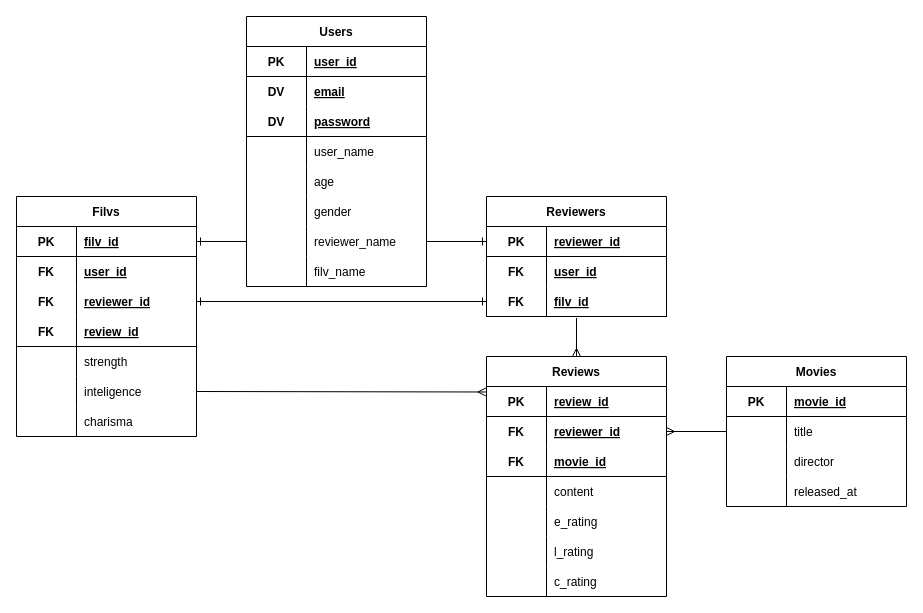
The draw.io diagram er.dio in prototypefilverse/protofilv, before the edit. Source tidied: cells renumbered, new cells numbered last; positions are measured from the earlier drawing's top-left corner, leaving out a move shared by most shapes. Both pictures are drawn from the tidied source at 100%, with x=0, y=0 at pixel (16, 16).
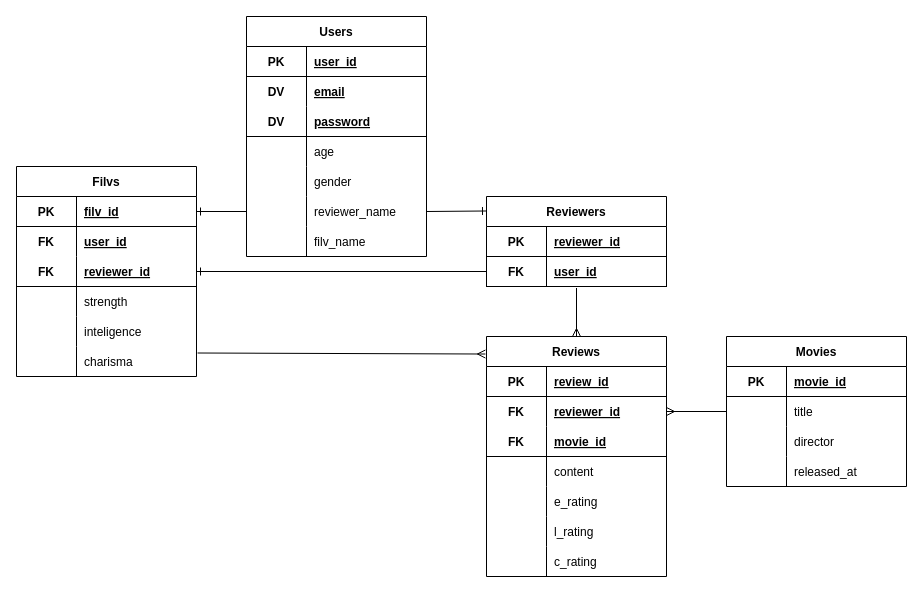
The same page after the edit.

Unchanged cells that the change refers to:
```xml
<mxCell id="28" style="shape=tableRow;horizontal=0;startSize=0;swimlaneHead=0;swimlaneBody=0;fillColor=none;points=[[0,0.5],[1,0.5]];portConstraint=eastwest;top=0;left=0;right=0;bottom=1;" parent="27" vertex="1">
  <mxGeometry y="30" width="180" height="30" as="geometry" />
</mxCell>
<mxCell id="61" style="shape=tableRow;horizontal=0;startSize=0;swimlaneHead=0;swimlaneBody=0;fillColor=none;points=[[0,0.5],[1,0.5]];portConstraint=eastwest;top=0;left=0;right=0;bottom=1;" parent="60" vertex="1">
  <mxGeometry y="30" width="180" height="30" as="geometry" />
</mxCell>
```

Diff of the diagram source:
```diff
@@
     <mxCell id="2" value="Users" style="shape=table;startSize=30;childLayout=tableLayout;rowLines=0;fontStyle=1;align=center;" parent="1" vertex="1">
-      <mxGeometry x="230" width="180" height="270" as="geometry" />
+      <mxGeometry x="230" width="180" height="240" as="geometry" />
     </mxCell>
@@
-    <mxCell id="12" style="shape=tableRow;horizontal=0;startSize=0;swimlaneHead=0;swimlaneBody=0;fillColor=none;top=0;left=0;right=0;bottom=0;" parent="2" vertex="1">
-      <mxGeometry y="120" width="180" height="30" as="geometry" />
-    </mxCell>
-    <mxCell id="13" style="shape=partialRectangle;fillColor=none;top=0;left=0;bottom=0;right=0;overflow=hidden;" parent="12" vertex="1">
-      <mxGeometry width="60" height="30" as="geometry" />
-    </mxCell>
-    <mxCell id="14" value="user_name" style="shape=partialRectangle;fillColor=none;top=0;left=0;bottom=0;right=0;align=left;spacingLeft=6;overflow=hidden;" parent="12" vertex="1">
-      <mxGeometry x="60" width="120" height="30" as="geometry" />
-    </mxCell>
     <mxCell id="15" style="shape=tableRow;horizontal=0;startSize=0;swimlaneHead=0;swimlaneBody=0;fillColor=none;top=0;left=0;right=0;bottom=0;" parent="2" vertex="1">
-      <mxGeometry y="150" width="180" height="30" as="geometry" />
+      <mxGeometry y="120" width="180" height="30" as="geometry" />
     </mxCell>
@@
     <mxCell id="18" style="shape=tableRow;horizontal=0;startSize=0;swimlaneHead=0;swimlaneBody=0;fillColor=none;top=0;left=0;right=0;bottom=0;" parent="2" vertex="1">
-      <mxGeometry y="180" width="180" height="30" as="geometry" />
+      <mxGeometry y="150" width="180" height="30" as="geometry" />
     </mxCell>
@@
     <mxCell id="21" style="shape=tableRow;horizontal=0;startSize=0;swimlaneHead=0;swimlaneBody=0;fillColor=none;points=[[0,0.5],[1,0.5]];portConstraint=eastwest;top=0;left=0;right=0;bottom=0;" parent="2" vertex="1">
-      <mxGeometry y="210" width="180" height="30" as="geometry" />
+      <mxGeometry y="180" width="180" height="30" as="geometry" />
     </mxCell>
@@
     <mxCell id="24" style="shape=tableRow;horizontal=0;startSize=0;swimlaneHead=0;swimlaneBody=0;fillColor=none;top=0;left=0;right=0;bottom=0;" parent="2" vertex="1">
-      <mxGeometry y="240" width="180" height="30" as="geometry" />
+      <mxGeometry y="210" width="180" height="30" as="geometry" />
     </mxCell>
@@
     <mxCell id="27" value="Reviewers" style="shape=table;startSize=30;childLayout=tableLayout;rowLines=0;fontStyle=1;align=center;" parent="1" vertex="1">
-      <mxGeometry x="470" y="180" width="180" height="120" as="geometry" />
+      <mxGeometry x="470" y="180" width="180" height="90" as="geometry" />
     </mxCell>
@@
-    <mxCell id="31" style="shape=tableRow;horizontal=0;startSize=0;swimlaneHead=0;swimlaneBody=0;fillColor=none;top=0;left=0;right=0;bottom=0;" parent="27" vertex="1">
-      <mxGeometry y="60" width="180" height="30" as="geometry" />
-    </mxCell>
-    <mxCell id="32" value="FK" style="shape=partialRectangle;fillColor=none;top=0;left=0;bottom=0;right=0;fontStyle=1;overflow=hidden;" parent="31" vertex="1">
-      <mxGeometry width="60" height="30" as="geometry" />
-    </mxCell>
-    <mxCell id="33" value="user_id" style="shape=partialRectangle;fillColor=none;top=0;left=0;bottom=0;right=0;align=left;spacingLeft=6;fontStyle=5;overflow=hidden;" parent="31" vertex="1">
-      <mxGeometry x="60" width="120" height="30" as="geometry" />
-    </mxCell>
     <mxCell id="34" style="shape=tableRow;horizontal=0;startSize=0;swimlaneHead=0;swimlaneBody=0;fillColor=none;points=[[0,0.5],[1,0.5]];portConstraint=eastwest;top=0;left=0;right=0;bottom=1;" parent="27" vertex="1">
-      <mxGeometry y="90" width="180" height="30" as="geometry" />
+      <mxGeometry y="60" width="180" height="30" as="geometry" />
     </mxCell>
@@
-    <mxCell id="36" value="filv_id" style="shape=partialRectangle;fillColor=none;top=0;left=0;bottom=0;right=0;align=left;spacingLeft=6;fontStyle=5;overflow=hidden;" parent="34" vertex="1">
+    <mxCell id="36" value="user_id" style="shape=partialRectangle;fillColor=none;top=0;left=0;bottom=0;right=0;align=left;spacingLeft=6;fontStyle=5;overflow=hidden;" parent="34" vertex="1">
       <mxGeometry x="60" width="120" height="30" as="geometry" />
     </mxCell>
     <mxCell id="37" value="Filvs" style="shape=table;startSize=30;childLayout=tableLayout;rowLines=0;fontStyle=1;align=center;" parent="1" vertex="1">
-      <mxGeometry y="180" width="180" height="240" as="geometry" />
+      <mxGeometry y="150" width="180" height="210" as="geometry" />
     </mxCell>
@@
-    <mxCell id="44" style="shape=tableRow;horizontal=0;startSize=0;swimlaneHead=0;swimlaneBody=0;fillColor=none;points=[[0,0.5],[1,0.5]];portConstraint=eastwest;top=0;left=0;right=0;bottom=0;" parent="37" vertex="1">
-      <mxGeometry y="90" width="180" height="30" as="geometry" />
-    </mxCell>
-    <mxCell id="45" value="FK" style="shape=partialRectangle;fillColor=none;top=0;left=0;bottom=0;right=0;fontStyle=1;overflow=hidden;" parent="44" vertex="1">
-      <mxGeometry width="60" height="30" as="geometry" />
-    </mxCell>
-    <mxCell id="46" value="reviewer_id" style="shape=partialRectangle;fillColor=none;top=0;left=0;bottom=0;right=0;align=left;spacingLeft=6;fontStyle=5;overflow=hidden;" parent="44" vertex="1">
-      <mxGeometry x="60" width="120" height="30" as="geometry" />
-    </mxCell>
     <mxCell id="47" style="shape=tableRow;horizontal=0;startSize=0;swimlaneHead=0;swimlaneBody=0;fillColor=none;points=[[0,0.5],[1,0.5]];portConstraint=eastwest;top=0;left=0;right=0;bottom=1;" parent="37" vertex="1">
-      <mxGeometry y="120" width="180" height="30" as="geometry" />
+      <mxGeometry y="90" width="180" height="30" as="geometry" />
     </mxCell>
@@
-    <mxCell id="49" value="review_id" style="shape=partialRectangle;fillColor=none;top=0;left=0;bottom=0;right=0;align=left;spacingLeft=6;fontStyle=5;overflow=hidden;" parent="47" vertex="1">
+    <mxCell id="49" value="reviewer_id" style="shape=partialRectangle;fillColor=none;top=0;left=0;bottom=0;right=0;align=left;spacingLeft=6;fontStyle=5;overflow=hidden;" parent="47" vertex="1">
       <mxGeometry x="60" width="120" height="30" as="geometry" />
     </mxCell>
     <mxCell id="50" style="shape=tableRow;horizontal=0;startSize=0;swimlaneHead=0;swimlaneBody=0;fillColor=none;top=0;left=0;right=0;bottom=0;" parent="37" vertex="1">
-      <mxGeometry y="150" width="180" height="30" as="geometry" />
+      <mxGeometry y="120" width="180" height="30" as="geometry" />
     </mxCell>
@@
     <mxCell id="53" style="shape=tableRow;horizontal=0;startSize=0;swimlaneHead=0;swimlaneBody=0;fillColor=none;points=[[0,0.5],[1,0.5]];portConstraint=eastwest;top=0;left=0;right=0;bottom=0;" parent="37" vertex="1">
-      <mxGeometry y="180" width="180" height="30" as="geometry" />
+      <mxGeometry y="150" width="180" height="30" as="geometry" />
     </mxCell>
@@
     <mxCell id="56" style="shape=tableRow;horizontal=0;startSize=0;swimlaneHead=0;swimlaneBody=0;fillColor=none;points=[[0,0.5],[1,0.5]];portConstraint=eastwest;top=0;left=0;right=0;bottom=0;" parent="37" vertex="1">
-      <mxGeometry y="210" width="180" height="30" as="geometry" />
+      <mxGeometry y="180" width="180" height="30" as="geometry" />
     </mxCell>
@@
     <mxCell id="60" value="Reviews" style="shape=table;startSize=30;childLayout=tableLayout;rowLines=0;fontStyle=1;align=center;" parent="1" vertex="1">
-      <mxGeometry x="470" y="340" width="180" height="240" as="geometry" />
+      <mxGeometry x="470" y="320" width="180" height="240" as="geometry" />
     </mxCell>
@@
     <mxCell id="82" value="Movies" style="shape=table;startSize=30;childLayout=tableLayout;rowLines=0;fontStyle=1;align=center;" parent="1" vertex="1">
-      <mxGeometry x="710" y="340" width="180" height="150" as="geometry" />
+      <mxGeometry x="710" y="320" width="180" height="150" as="geometry" />
     </mxCell>
@@
-    <mxCell id="96" style="edgeStyle=none;html=1;exitX=1;exitY=0.5;exitDx=0;exitDy=0;entryX=-0.003;entryY=0.183;entryDx=0;entryDy=0;entryPerimeter=0;startArrow=none;startFill=0;endArrow=ERmany;endFill=0;" parent="1" edge="1" source="53" target="61">
+    <mxCell id="96" style="edgeStyle=none;html=1;exitX=1.006;exitY=0.217;exitDx=0;exitDy=0;entryX=-0.006;entryY=0.073;entryDx=0;entryDy=0;entryPerimeter=0;startArrow=none;startFill=0;endArrow=ERmany;endFill=0;exitPerimeter=0;" parent="1" edge="1" source="56" target="60">
       <mxGeometry relative="1" as="geometry" />
     </mxCell>
@@
-    <mxCell id="98" style="edgeStyle=none;html=1;exitX=1;exitY=0.5;exitDx=0;exitDy=0;entryX=0;entryY=0.5;entryDx=0;entryDy=0;startArrow=none;startFill=0;endArrow=ERone;endFill=0;" parent="1" edge="1" source="21" target="28">
+    <mxCell id="98" style="edgeStyle=none;html=1;exitX=1;exitY=0.5;exitDx=0;exitDy=0;entryX=0;entryY=0.161;entryDx=0;entryDy=0;startArrow=none;startFill=0;endArrow=ERone;endFill=0;entryPerimeter=0;" parent="1" edge="1" source="21" target="27">
       <mxGeometry relative="1" as="geometry" />
     </mxCell>
-    <mxCell id="99" style="edgeStyle=none;html=1;exitX=1;exitY=0.5;exitDx=0;exitDy=0;startArrow=ERone;startFill=0;endArrow=ERone;endFill=0;" parent="1" edge="1" source="44" target="34">
+    <mxCell id="99" style="edgeStyle=none;html=1;exitX=1;exitY=0.5;exitDx=0;exitDy=0;startArrow=ERone;startFill=0;endArrow=none;endFill=0;" parent="1" edge="1" source="47" target="34">
       <mxGeometry relative="1" as="geometry" />
     </mxCell>
```
